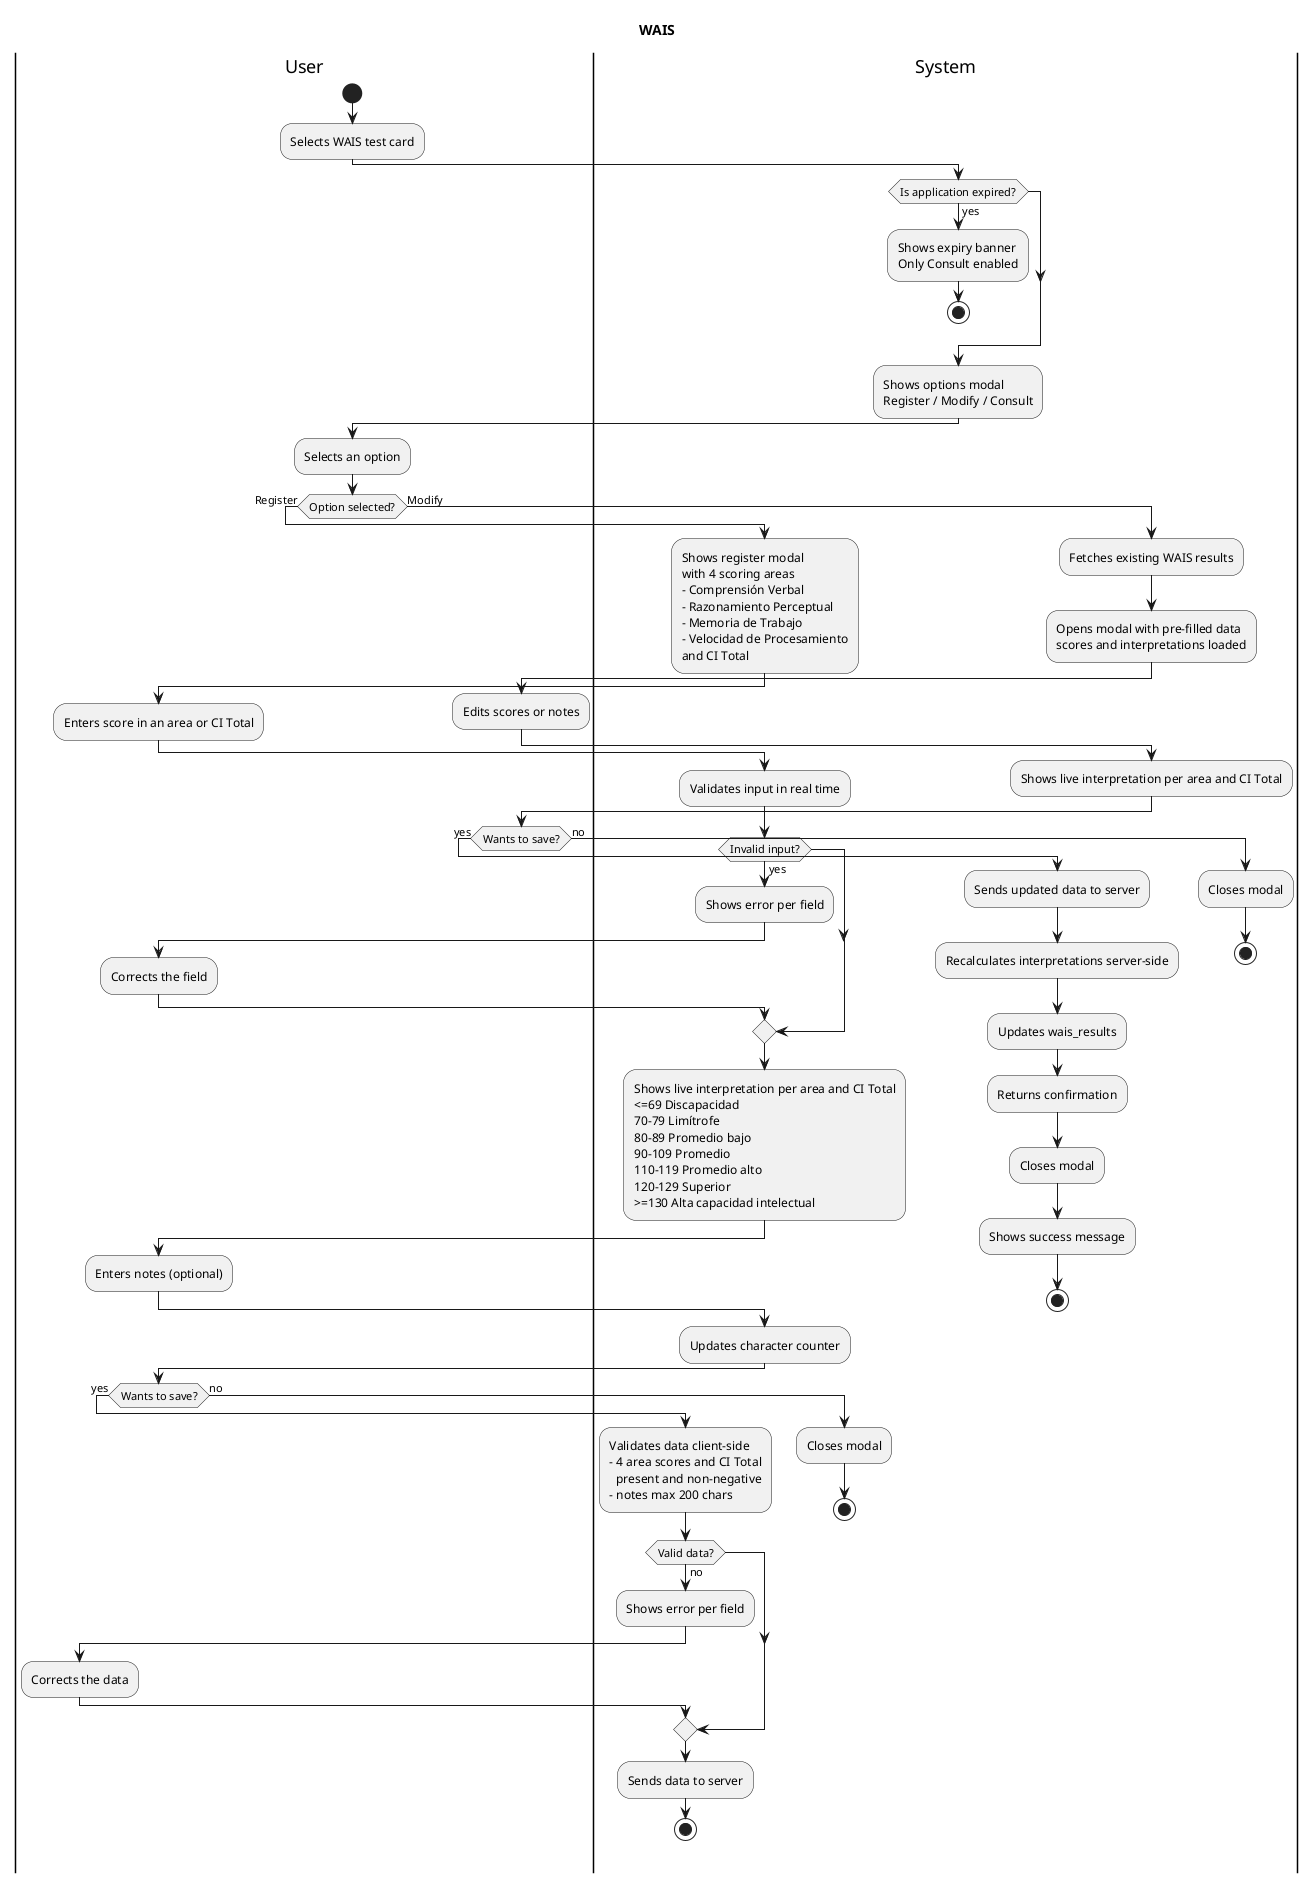
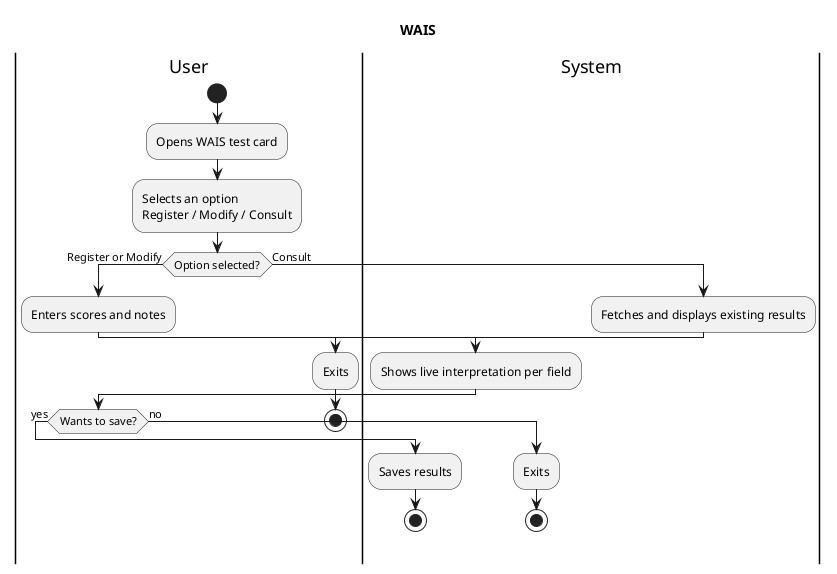
@startuml diagrama de actividades WAIS

title WAIS

|User|
start
- :Selects WAIS test card;
+ :Opens WAIS test card;

- |System|
- if (Is application expired?) then (yes)
-   :Shows expiry banner\nOnly Consult enabled;
-   stop
- endif
+ :Selects an option\nRegister / Modify / Consult;

- :Shows options modal\nRegister / Modify / Consult;
+ if (Option selected?) then (Register or Modify)

- |User|
- :Selects an option;
- 
- if (Option selected?) then (Register)
+   :Enters scores and notes;

  |System|
-   :Shows register modal\nwith 4 scoring areas\n- Comprensión Verbal\n- Razonamiento Perceptual\n- Memoria de Trabajo\n- Velocidad de Procesamiento\nand CI Total;
- 
-   |User|
-   :Enters score in an area or CI Total;
- 
-   |System|
-   :Validates input in real time;
-   if (Invalid input?) then (yes)
-     :Shows error per field;
-     |User|
-     :Corrects the field;
-     |System|
-   endif
-   :Shows live interpretation per area and CI Total\n<=69 Discapacidad\n70-79 Limítrofe\n80-89 Promedio bajo\n90-109 Promedio\n110-119 Promedio alto\n120-129 Superior\n>=130 Alta capacidad intelectual;
- 
-   |User|
-   :Enters notes (optional);
- 
-   |System|
-   :Updates character counter;
- 
-   |User|
-   if (Wants to save?) then (yes)
- 
-     |System|
-     :Validates data client-side\n- 4 area scores and CI Total\n  present and non-negative\n- notes max 200 chars;
-     if (Valid data?) then (no)
-       :Shows error per field;
-       |User|
-       :Corrects the data;
-       |System|
-     endif
- 
-     :Sends data to server;
-     stop
- 
-   else (no)
-     :Closes modal;
-     stop
-   endif
- 
- else (Modify)
- 
-   |System|
-   :Fetches existing WAIS results;
-   :Opens modal with pre-filled data\nscores and interpretations loaded;
- 
-   |User|
-   :Edits scores or notes;
- 
-   |System|
-   :Shows live interpretation per area and CI Total;
+   :Shows live interpretation per field;

  |User|
  if (Wants to save?) then (yes)
    |System|
-     :Sends updated data to server;
-     :Recalculates interpretations server-side;
-     :Updates wais_results;
-     :Returns confirmation;
-     :Closes modal;
-     :Shows success message;
+     :Saves results;
    stop
  else (no)
-     :Closes modal;
+     :Exits;
    stop
  endif
+ 
+ else (Consult)
+ 
+   |System|
+   :Fetches and displays existing results;
+ 
+   |User|
+   :Exits;
+   stop

endif

@enduml